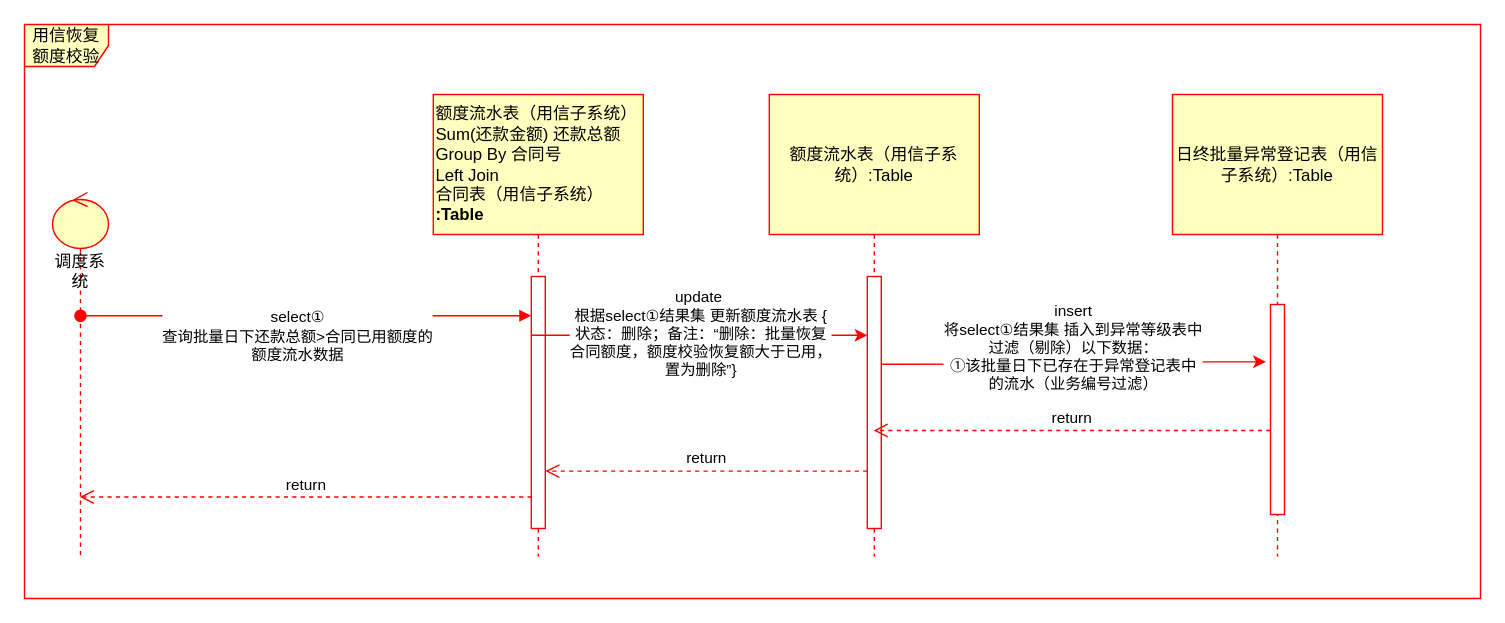
Earlier version of the draw.io diagram page "批量恢复合同额度-合同额度恢复校验" (3 of 4) of Untitled Diagram.drawio (MinDaHu/UML). Source tidied: cells renumbered, new cells numbered last; positions are measured from the earlier drawing's top-left corner, leaving out a move shared by most shapes. Both pictures are drawn from the tidied source at 140%, with x=0, y=0 at pixel (24, 24).
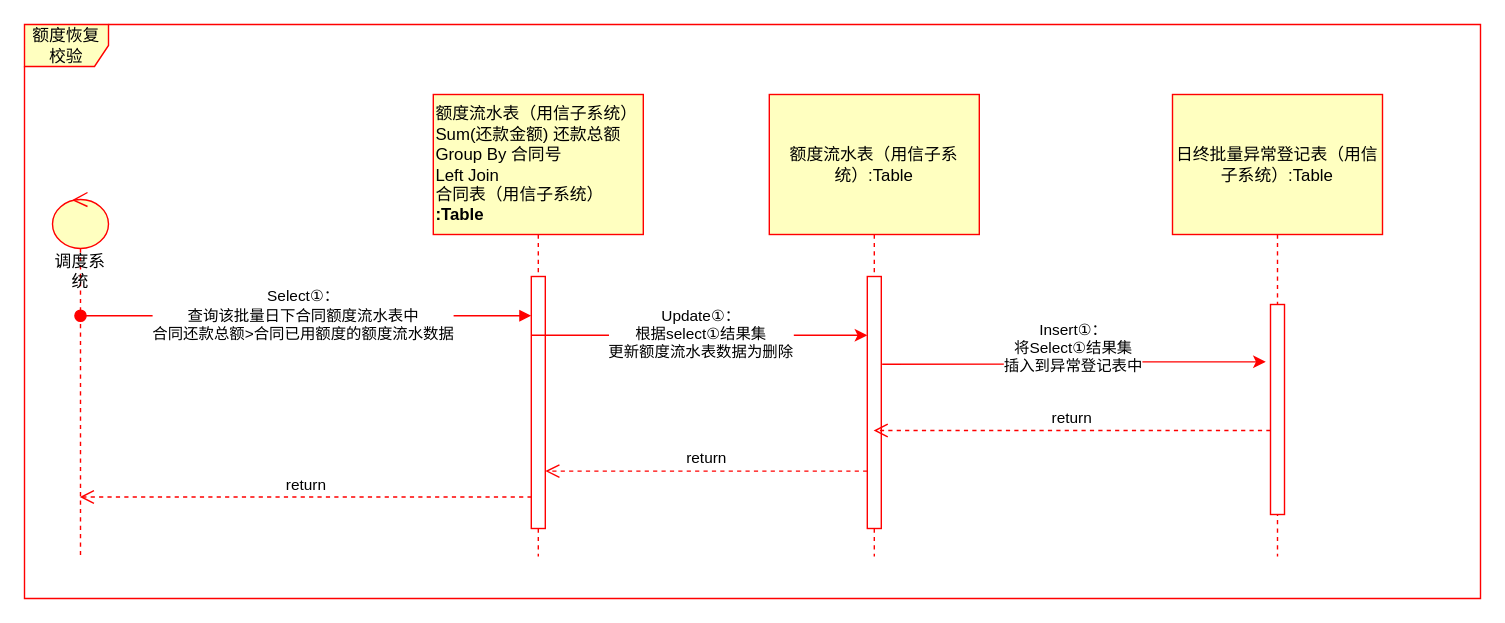
The same page after the edit.

Unchanged cells that the change refers to:
```xml
<mxCell id="5" style="html=1;points=[];perimeter=orthogonalPerimeter;strokeColor=#FF0000;" parent="4" vertex="1">
  <mxGeometry x="70" y="130" width="10" height="180" as="geometry" />
</mxCell>
<mxCell id="9" style="edgeStyle=orthogonalEdgeStyle;rounded=0;jettySize=auto;html=1;strokeColor=#FF0000;" parent="1" edge="1" target="8">
  <mxGeometry relative="1" as="geometry">
    <mxPoint x="382" y="222" as="sourcePoint" />
    <Array as="points">
      <mxPoint x="362" y="222" />
      <mxPoint x="362" y="222" />
    </Array>
  </mxGeometry>
</mxCell>
<mxCell id="15" style="edgeStyle=orthogonalEdgeStyle;rounded=0;jettySize=auto;html=1;strokeColor=#FF0000;exitX=1.064;exitY=0.348;exitDx=0;exitDy=0;exitPerimeter=0;entryX=-0.34;entryY=0.273;entryDx=0;entryDy=0;entryPerimeter=0;" parent="1" edge="1" source="8" target="14">
  <mxGeometry relative="1" as="geometry" />
</mxCell>
```

What changed in the source:
```diff
@@
-    <mxCell id="2" value="用信恢复额度校验" style="shape=umlFrame;whiteSpace=wrap;html=1;strokeColor=#FF0000;fillColor=#FFFFC0;" parent="1" vertex="1">
+    <mxCell id="2" value="额度恢复&lt;br&gt;校验" style="shape=umlFrame;whiteSpace=wrap;html=1;strokeColor=#FF0000;fillColor=#FFFFC0;" parent="1" vertex="1">
       <mxGeometry width="1040" height="410" as="geometry" />
     </mxCell>
@@
-    <mxCell id="6" value="select①&lt;br&gt;查询批量日下还款总额&amp;gt;合同已用额度的&lt;br&gt;额度流水数据" style="html=1;verticalAlign=bottom;startArrow=oval;endArrow=block;startSize=8;strokeColor=#FF0000;" parent="1" edge="1" target="5">
-      <mxGeometry x="-0.04" y="-37" relative="1" as="geometry">
+    <mxCell id="6" value="&lt;div&gt;&lt;span style=&quot;font-size: 11px&quot;&gt;Select①：&lt;/span&gt;&lt;/div&gt;&lt;div&gt;&lt;span style=&quot;font-size: 11px&quot;&gt;查询该批量日下合同额度流水表中&lt;/span&gt;&lt;/div&gt;&lt;div&gt;&lt;span style=&quot;font-size: 11px&quot;&gt;合同还款总额&amp;gt;合同已用额度的额度流水数据&lt;/span&gt;&lt;/div&gt;" style="html=1;verticalAlign=bottom;startArrow=oval;endArrow=block;startSize=8;strokeColor=#FF0000;" parent="1" edge="1" target="5">
+      <mxGeometry x="-0.01" y="-22" relative="1" as="geometry">
         <mxPoint x="40" y="208" as="sourcePoint" />
       </mxGeometry>
     </mxCell>
@@
-    <mxCell id="10" value="update&amp;nbsp;&lt;br&gt;&lt;div&gt;&lt;span style=&quot;font-size: 11px&quot;&gt;根据select①结果集 更新额度流水表 {&lt;/span&gt;&lt;/div&gt;&lt;div&gt;&lt;span style=&quot;font-size: 11px&quot;&gt;状态：删除；备注：“删除：批量恢复&lt;/span&gt;&lt;/div&gt;&lt;div&gt;&lt;span style=&quot;font-size: 11px&quot;&gt;合同额度，额度校验恢复额大于已用，&lt;/span&gt;&lt;/div&gt;&lt;div&gt;&lt;span style=&quot;font-size: 11px&quot;&gt;置为删除”}&lt;/span&gt;&lt;/div&gt;" style="edgeLabel;html=1;align=center;verticalAlign=middle;" parent="9" vertex="1">
+    <mxCell id="10" value="&lt;div&gt;&lt;span style=&quot;font-size: 11px&quot;&gt;Update①：&lt;/span&gt;&lt;/div&gt;&lt;div&gt;&lt;span style=&quot;font-size: 11px&quot;&gt;根据select①结果集&lt;/span&gt;&lt;/div&gt;&lt;div&gt;&lt;span style=&quot;font-size: 11px&quot;&gt;更新额度流水表数据为删除&lt;/span&gt;&lt;/div&gt;" style="edgeLabel;html=1;align=center;verticalAlign=middle;" parent="9" vertex="1">
       <mxGeometry x="-0.23" relative="1" as="geometry">
         <mxPoint x="40" y="-2" as="offset" />
       </mxGeometry>
     </mxCell>
@@
-    <mxCell id="16" value="insert&lt;br&gt;&lt;div&gt;&lt;span style=&quot;font-size: 11px&quot;&gt;将select①结果集 插入到异常等级表中&lt;/span&gt;&lt;/div&gt;&lt;div&gt;过滤（剔除）以下数据：&lt;br&gt;①该批量日下已存在于异常登记表中&lt;br&gt;的流水（业务编号过滤）&lt;span style=&quot;font-size: 11px&quot;&gt;&lt;br&gt;&lt;/span&gt;&lt;/div&gt;" style="edgeLabel;html=1;align=center;verticalAlign=middle;" parent="15" vertex="1">
+    <mxCell id="16" value="&lt;div&gt;&lt;span style=&quot;font-size: 11px&quot;&gt;Insert①：&lt;/span&gt;&lt;/div&gt;&lt;div&gt;&lt;span style=&quot;font-size: 11px&quot;&gt;将Select①结果集&lt;/span&gt;&lt;/div&gt;&lt;div&gt;&lt;span style=&quot;font-size: 11px&quot;&gt;插入到异常登记表中&lt;/span&gt;&lt;/div&gt;" style="edgeLabel;html=1;align=center;verticalAlign=middle;" parent="15" vertex="1">
       <mxGeometry x="-0.23" relative="1" as="geometry">
         <mxPoint x="30" y="-12.6" as="offset" />
       </mxGeometry>
     </mxCell>
```
